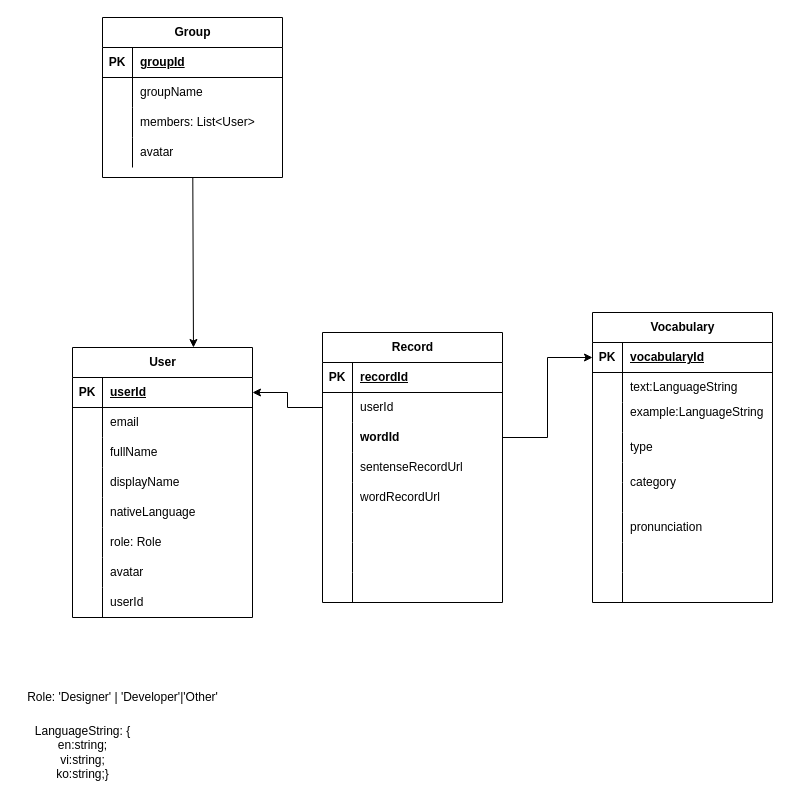
Before: docs/db.dio in dudaji-vn/my-english-accent, a draw.io diagram. Source tidied: cells renumbered, new cells numbered last; positions are measured from the earlier drawing's top-left corner, leaving out a move shared by most shapes. Both pictures are drawn from the tidied source at 100%, with x=0, y=0 at pixel (17, 17).
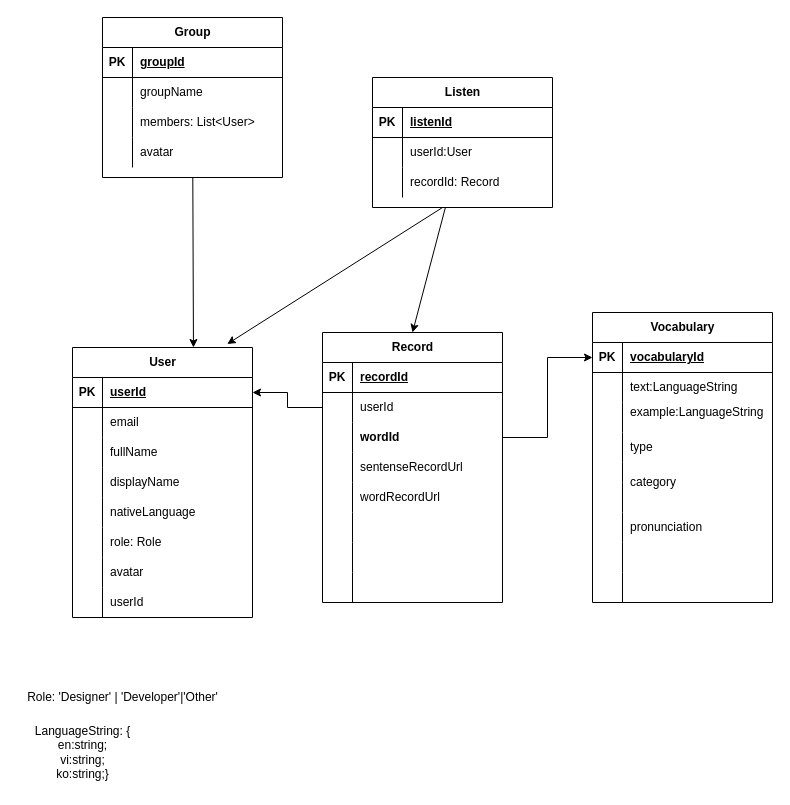
The same page after the edit.

The change refers to these unchanged cells:
```xml
<mxCell id="2" value="User" style="shape=table;startSize=30;childLayout=tableLayout;rowLines=0;fontStyle=1;align=center;html=1;" parent="1" vertex="1">
  <mxGeometry x="55" y="330" width="180" height="270" as="geometry" />
</mxCell>
<mxCell id="55" value="Record" style="shape=table;startSize=30;childLayout=tableLayout;rowLines=0;fontStyle=1;align=center;html=1;" parent="1" vertex="1">
  <mxGeometry x="305" y="315" width="180" height="270" as="geometry" />
</mxCell>
```

What changed in the source:
```diff
@@
+    <mxCell id="100" style="edgeStyle=none;html=1;entryX=0.5;entryY=0;entryDx=0;entryDy=0;" parent="1" edge="1" source="101" target="55">
+      <mxGeometry relative="1" as="geometry" />
+    </mxCell>
+    <mxCell id="101" value="Listen" style="shape=table;startSize=30;childLayout=tableLayout;rowLines=0;fontStyle=1;align=center;html=1;" parent="1" vertex="1">
+      <mxGeometry x="355" y="60" width="180" height="130" as="geometry" />
+    </mxCell>
+    <mxCell id="102" style="shape=tableRow;horizontal=0;startSize=0;swimlaneHead=0;swimlaneBody=0;fillColor=none;top=0;left=0;right=0;bottom=1;" parent="101" vertex="1">
+      <mxGeometry y="30" width="180" height="30" as="geometry" />
+    </mxCell>
+    <mxCell id="103" value="PK" style="shape=partialRectangle;fillColor=none;top=0;left=0;bottom=0;right=0;fontStyle=1;overflow=hidden;whiteSpace=wrap;html=1;" parent="102" vertex="1">
+      <mxGeometry width="30" height="30" as="geometry" />
+    </mxCell>
+    <mxCell id="104" value="listenId" style="shape=partialRectangle;fillColor=none;top=0;left=0;bottom=0;right=0;align=left;spacingLeft=6;fontStyle=5;overflow=hidden;whiteSpace=wrap;html=1;" parent="102" vertex="1">
+      <mxGeometry x="30" width="150" height="30" as="geometry" />
+    </mxCell>
+    <mxCell id="105" style="shape=tableRow;horizontal=0;startSize=0;swimlaneHead=0;swimlaneBody=0;fillColor=none;top=0;left=0;right=0;bottom=0;" parent="101" vertex="1">
+      <mxGeometry y="60" width="180" height="30" as="geometry" />
+    </mxCell>
+    <mxCell id="106" style="shape=partialRectangle;fillColor=none;top=0;left=0;bottom=0;right=0;overflow=hidden;whiteSpace=wrap;html=1;" parent="105" vertex="1">
+      <mxGeometry width="30" height="30" as="geometry" />
+    </mxCell>
+    <mxCell id="107" value="userId:User" style="shape=partialRectangle;fillColor=none;top=0;left=0;bottom=0;right=0;align=left;spacingLeft=6;overflow=hidden;whiteSpace=wrap;html=1;" parent="105" vertex="1">
+      <mxGeometry x="30" width="150" height="30" as="geometry" />
+    </mxCell>
+    <mxCell id="108" style="shape=tableRow;horizontal=0;startSize=0;swimlaneHead=0;swimlaneBody=0;fillColor=none;top=0;left=0;right=0;bottom=0;" parent="101" vertex="1">
+      <mxGeometry y="90" width="180" height="30" as="geometry" />
+    </mxCell>
+    <mxCell id="109" style="shape=partialRectangle;fillColor=none;top=0;left=0;bottom=0;right=0;overflow=hidden;whiteSpace=wrap;html=1;" parent="108" vertex="1">
+      <mxGeometry width="30" height="30" as="geometry" />
+    </mxCell>
+    <mxCell id="110" value="recordId: Record" style="shape=partialRectangle;fillColor=none;top=0;left=0;bottom=0;right=0;align=left;spacingLeft=6;overflow=hidden;whiteSpace=wrap;html=1;" parent="108" vertex="1">
+      <mxGeometry x="30" width="150" height="30" as="geometry" />
+    </mxCell>
+    <mxCell id="111" style="edgeStyle=none;html=1;entryX=0.86;entryY=-0.013;entryDx=0;entryDy=0;entryPerimeter=0;" parent="1" edge="1" target="2">
+      <mxGeometry relative="1" as="geometry">
+        <mxPoint x="425" y="190" as="sourcePoint" />
+      </mxGeometry>
+    </mxCell>
```
